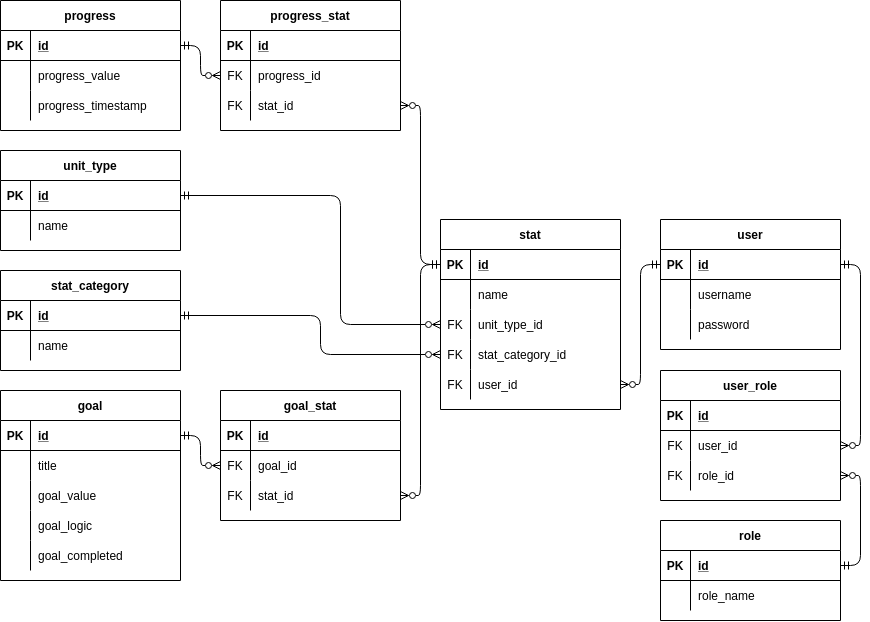
Above: res/Diagrams.drawio.png in PSFHU/habitStats (draw.io), before the change. Source tidied: cells renumbered, new cells last; positions are measured from the earlier drawing's top-left corner, leaving out a move shared by most shapes.
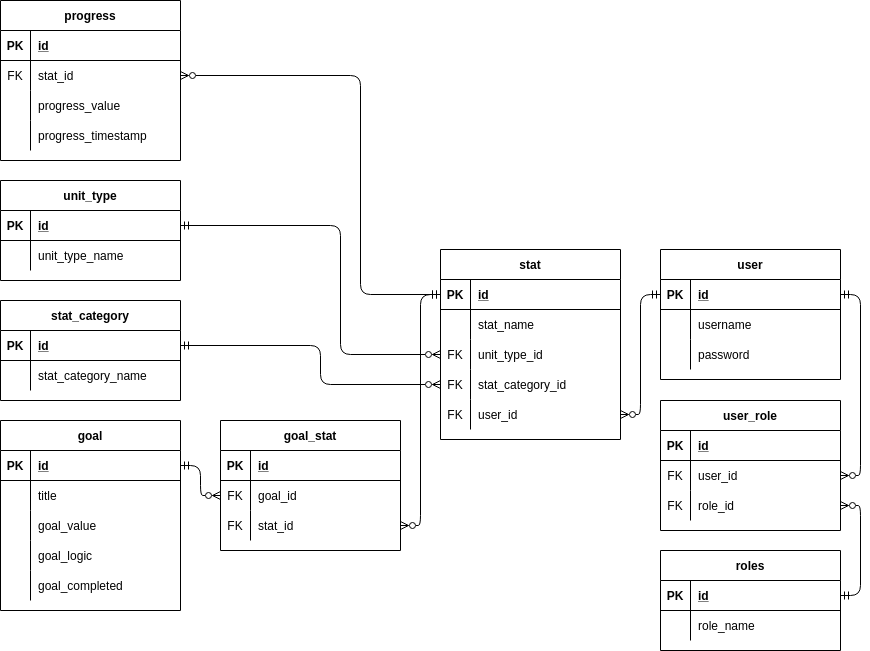
After the commit.

Commit message:
Readability optimalization - Diagram

Change to the diagram source:
```diff
@@ -3,7 +3,7 @@
     <mxCell id="0" />
     <mxCell id="1" parent="0" />
     <mxCell id="2" value="progress" style="shape=table;startSize=30;rowLines=0;fontStyle=1;align=center;" parent="1" vertex="1">
-      <mxGeometry width="180" height="130" as="geometry" />
+      <mxGeometry y="-30" width="180" height="160" as="geometry" />
     </mxCell>
     <mxCell id="3" style="shape=partialRectangle;fillColor=none;top=0;left=0;bottom=1;right=0;points=[[0,0.5],[1,0.5]];portConstraint=eastwest;" parent="2" vertex="1">
       <mxGeometry y="30" width="180" height="30" as="geometry" />
@@ -17,14 +17,23 @@
     <mxCell id="6" style="shape=partialRectangle;fillColor=none;top=0;left=0;bottom=0;right=0;points=[[0,0.5],[1,0.5]];portConstraint=eastwest;" parent="2" vertex="1">
       <mxGeometry y="60" width="180" height="30" as="geometry" />
     </mxCell>
-    <mxCell id="7" style="shape=partialRectangle;fillColor=none;top=0;left=0;bottom=0;right=0;overflow=hidden;" parent="6" vertex="1">
+    <mxCell id="7" value="FK" style="shape=partialRectangle;fillColor=none;top=0;left=0;bottom=0;right=0;overflow=hidden;fontStyle=0;" parent="6" vertex="1">
       <mxGeometry width="30" height="30" as="geometry" />
     </mxCell>
-    <mxCell id="8" value="progress_value" style="shape=partialRectangle;fillColor=none;top=0;left=0;bottom=0;right=0;align=left;spacingLeft=6;overflow=hidden;" parent="6" vertex="1">
+    <mxCell id="8" value="stat_id" style="shape=partialRectangle;fillColor=none;top=0;left=0;bottom=0;right=0;align=left;spacingLeft=6;overflow=hidden;" parent="6" vertex="1">
       <mxGeometry x="30" width="150" height="30" as="geometry" />
     </mxCell>
+    <mxCell id="19" style="shape=partialRectangle;fillColor=none;top=0;left=0;bottom=0;right=0;points=[[0,0.5],[1,0.5]];portConstraint=eastwest;" parent="2" vertex="1">
+      <mxGeometry y="90" width="180" height="30" as="geometry" />
+    </mxCell>
+    <mxCell id="114" style="shape=partialRectangle;fillColor=none;top=0;left=0;bottom=0;right=0;overflow=hidden;" parent="19" vertex="1">
+      <mxGeometry width="30" height="30" as="geometry" />
+    </mxCell>
+    <mxCell id="115" value="progress_value" style="shape=partialRectangle;fillColor=none;top=0;left=0;bottom=0;right=0;align=left;spacingLeft=6;overflow=hidden;" parent="19" vertex="1">
+      <mxGeometry x="30" width="150" height="30" as="geometry" />
+    </mxCell>
     <mxCell id="9" style="shape=partialRectangle;fillColor=none;top=0;left=0;bottom=0;right=0;" parent="2" vertex="1">
-      <mxGeometry y="90" width="180" height="30" as="geometry" />
+      <mxGeometry y="120" width="180" height="30" as="geometry" />
     </mxCell>
     <mxCell id="10" style="shape=partialRectangle;fillColor=none;top=0;left=0;bottom=0;right=0;overflow=hidden;" parent="9" vertex="1">
       <mxGeometry width="30" height="30" as="geometry" />
@@ -32,36 +41,6 @@
     <mxCell id="11" value="progress_timestamp" style="shape=partialRectangle;fillColor=none;top=0;left=0;bottom=0;right=0;align=left;spacingLeft=6;overflow=hidden;" parent="9" vertex="1">
       <mxGeometry x="30" width="150" height="30" as="geometry" />
     </mxCell>
-    <mxCell id="12" value="progress_stat" style="shape=table;startSize=30;rowLines=0;fontStyle=1;align=center;" parent="1" vertex="1">
-      <mxGeometry x="220" width="180" height="130" as="geometry" />
-    </mxCell>
-    <mxCell id="13" style="shape=partialRectangle;fillColor=none;top=0;left=0;bottom=1;right=0;" parent="12" vertex="1">
-      <mxGeometry y="30" width="180" height="30" as="geometry" />
-    </mxCell>
-    <mxCell id="14" value="PK" style="shape=partialRectangle;fillColor=none;top=0;left=0;bottom=0;right=0;fontStyle=1;overflow=hidden;" parent="13" vertex="1">
-      <mxGeometry width="30" height="30" as="geometry" />
-    </mxCell>
-    <mxCell id="15" value="id" style="shape=partialRectangle;fillColor=none;top=0;left=0;bottom=0;right=0;align=left;spacingLeft=6;fontStyle=5;overflow=hidden;" parent="13" vertex="1">
-      <mxGeometry x="30" width="150" height="30" as="geometry" />
-    </mxCell>
-    <mxCell id="16" style="shape=partialRectangle;fillColor=none;top=0;left=0;bottom=0;right=0;points=[[0,0.5],[1,0.5]];portConstraint=eastwest;" parent="12" vertex="1">
-      <mxGeometry y="60" width="180" height="30" as="geometry" />
-    </mxCell>
-    <mxCell id="17" value="FK" style="shape=partialRectangle;fillColor=none;top=0;left=0;bottom=0;right=0;overflow=hidden;" parent="16" vertex="1">
-      <mxGeometry width="30" height="30" as="geometry" />
-    </mxCell>
-    <mxCell id="18" value="progress_id" style="shape=partialRectangle;fillColor=none;top=0;left=0;bottom=0;right=0;align=left;spacingLeft=6;overflow=hidden;" parent="16" vertex="1">
-      <mxGeometry x="30" width="150" height="30" as="geometry" />
-    </mxCell>
-    <mxCell id="19" style="shape=partialRectangle;fillColor=none;top=0;left=0;bottom=0;right=0;points=[[0,0.5],[1,0.5]];portConstraint=eastwest;" parent="12" vertex="1">
-      <mxGeometry y="90" width="180" height="30" as="geometry" />
-    </mxCell>
-    <mxCell id="20" value="FK" style="shape=partialRectangle;fillColor=none;top=0;left=0;bottom=0;right=0;overflow=hidden;" parent="19" vertex="1">
-      <mxGeometry width="30" height="30" as="geometry" />
-    </mxCell>
-    <mxCell id="21" value="stat_id" style="shape=partialRectangle;fillColor=none;top=0;left=0;bottom=0;right=0;align=left;spacingLeft=6;overflow=hidden;" parent="19" vertex="1">
-      <mxGeometry x="30" width="150" height="30" as="geometry" />
-    </mxCell>
     <mxCell id="22" value="unit_type" style="shape=table;startSize=30;rowLines=0;fontStyle=1;align=center;" parent="1" vertex="1">
       <mxGeometry y="150" width="180" height="100" as="geometry" />
     </mxCell>
@@ -80,7 +59,7 @@
     <mxCell id="27" style="shape=partialRectangle;fillColor=none;top=0;left=0;bottom=0;right=0;overflow=hidden;" parent="26" vertex="1">
       <mxGeometry width="30" height="30" as="geometry" />
     </mxCell>
-    <mxCell id="28" value="name" style="shape=partialRectangle;fillColor=none;top=0;left=0;bottom=0;right=0;align=left;spacingLeft=6;overflow=hidden;" parent="26" vertex="1">
+    <mxCell id="28" value="unit_type_name" style="shape=partialRectangle;fillColor=none;top=0;left=0;bottom=0;right=0;align=left;spacingLeft=6;overflow=hidden;" parent="26" vertex="1">
       <mxGeometry x="30" width="150" height="30" as="geometry" />
     </mxCell>
     <mxCell id="29" value="stat" style="shape=table;startSize=30;rowLines=0;fontStyle=1;align=center;" parent="1" vertex="1">
@@ -101,7 +80,7 @@
     <mxCell id="34" style="shape=partialRectangle;fillColor=none;top=0;left=0;bottom=0;right=0;overflow=hidden;" parent="33" vertex="1">
       <mxGeometry width="30" height="30" as="geometry" />
     </mxCell>
-    <mxCell id="35" value="name" style="shape=partialRectangle;fillColor=none;top=0;left=0;bottom=0;right=0;align=left;spacingLeft=6;overflow=hidden;" parent="33" vertex="1">
+    <mxCell id="35" value="stat_name" style="shape=partialRectangle;fillColor=none;top=0;left=0;bottom=0;right=0;align=left;spacingLeft=6;overflow=hidden;" parent="33" vertex="1">
       <mxGeometry x="30" width="150" height="30" as="geometry" />
     </mxCell>
     <mxCell id="36" style="shape=partialRectangle;fillColor=none;top=0;left=0;bottom=0;right=0;points=[[0,0.5],[1,0.5]];portConstraint=eastwest;" parent="29" vertex="1">
@@ -197,7 +176,7 @@
     <mxCell id="66" style="shape=partialRectangle;fillColor=none;top=0;left=0;bottom=0;right=0;overflow=hidden;" parent="65" vertex="1">
       <mxGeometry width="30" height="30" as="geometry" />
     </mxCell>
-    <mxCell id="67" value="name" style="shape=partialRectangle;fillColor=none;top=0;left=0;bottom=0;right=0;align=left;spacingLeft=6;overflow=hidden;" parent="65" vertex="1">
+    <mxCell id="67" value="stat_category_name" style="shape=partialRectangle;fillColor=none;top=0;left=0;bottom=0;right=0;align=left;spacingLeft=6;overflow=hidden;" parent="65" vertex="1">
       <mxGeometry x="30" width="150" height="30" as="geometry" />
     </mxCell>
     <mxCell id="68" value="user" style="shape=table;startSize=30;rowLines=0;fontStyle=1;align=center;" parent="1" vertex="1">
@@ -230,7 +209,7 @@
     <mxCell id="77" value="password" style="shape=partialRectangle;fillColor=none;top=0;left=0;bottom=0;right=0;align=left;spacingLeft=6;overflow=hidden;" parent="75" vertex="1">
       <mxGeometry x="30" width="150" height="30" as="geometry" />
     </mxCell>
-    <mxCell id="78" value="role" style="shape=table;startSize=30;rowLines=0;fontStyle=1;align=center;" parent="1" vertex="1">
+    <mxCell id="78" value="roles" style="shape=table;startSize=30;rowLines=0;fontStyle=1;align=center;" parent="1" vertex="1">
       <mxGeometry x="660" y="520" width="180" height="100" as="geometry" />
     </mxCell>
     <mxCell id="79" style="shape=partialRectangle;fillColor=none;top=0;left=0;bottom=1;right=0;points=[[0,0.5],[1,0.5]];portConstraint=eastwest;" parent="78" vertex="1">
@@ -311,9 +290,6 @@
     <mxCell id="104" value="stat_id" style="shape=partialRectangle;fillColor=none;top=0;left=0;bottom=0;right=0;align=left;spacingLeft=6;overflow=hidden;" parent="102" vertex="1">
       <mxGeometry x="30" width="150" height="30" as="geometry" />
     </mxCell>
-    <mxCell id="105" style="edgeStyle=orthogonalEdgeStyle;html=1;exitX=0;exitY=0.5;exitDx=0;exitDy=0;entryX=1;entryY=0.5;entryDx=0;entryDy=0;startArrow=ERzeroToMany;startFill=0;endArrow=ERmandOne;endFill=0;" parent="1" edge="1" source="16" target="3">
-      <mxGeometry relative="1" as="geometry" />
-    </mxCell>
     <mxCell id="106" style="edgeStyle=orthogonalEdgeStyle;html=1;exitX=0;exitY=0.5;exitDx=0;exitDy=0;entryX=1;entryY=0.5;entryDx=0;entryDy=0;startArrow=ERzeroToMany;startFill=0;endArrow=ERmandOne;endFill=0;" parent="1" edge="1" source="39" target="62">
       <mxGeometry relative="1" as="geometry">
         <Array as="points">
@@ -330,9 +306,6 @@
         </Array>
       </mxGeometry>
     </mxCell>
-    <mxCell id="108" style="edgeStyle=orthogonalEdgeStyle;html=1;exitX=1;exitY=0.5;exitDx=0;exitDy=0;entryX=0;entryY=0.5;entryDx=0;entryDy=0;startArrow=ERzeroToMany;startFill=0;endArrow=ERmandOne;endFill=0;" parent="1" edge="1" source="19" target="30">
-      <mxGeometry relative="1" as="geometry" />
-    </mxCell>
     <mxCell id="109" style="edgeStyle=orthogonalEdgeStyle;html=1;exitX=1;exitY=0.5;exitDx=0;exitDy=0;entryX=0;entryY=0.5;entryDx=0;entryDy=0;startArrow=ERzeroToMany;startFill=0;endArrow=ERmandOne;endFill=0;" parent="1" edge="1" source="102" target="30">
       <mxGeometry relative="1" as="geometry" />
     </mxCell>
@@ -358,5 +331,13 @@
     <mxCell id="113" style="edgeStyle=orthogonalEdgeStyle;html=1;exitX=1;exitY=0.5;exitDx=0;exitDy=0;entryX=0;entryY=0.5;entryDx=0;entryDy=0;shadow=0;startArrow=ERzeroToMany;startFill=0;endArrow=ERmandOne;endFill=0;" parent="1" edge="1" source="42" target="69">
       <mxGeometry relative="1" as="geometry" />
     </mxCell>
+    <mxCell id="116" style="edgeStyle=orthogonalEdgeStyle;html=1;exitX=1;exitY=0.5;exitDx=0;exitDy=0;entryX=0;entryY=0.5;entryDx=0;entryDy=0;endArrow=ERmandOne;endFill=0;startArrow=ERzeroToMany;startFill=0;" parent="1" edge="1" source="6" target="30">
+      <mxGeometry relative="1" as="geometry">
+        <Array as="points">
+          <mxPoint x="360" y="45" />
+          <mxPoint x="360" y="264" />
+        </Array>
+      </mxGeometry>
+    </mxCell>
   </root>
 </mxGraphModel>
```
